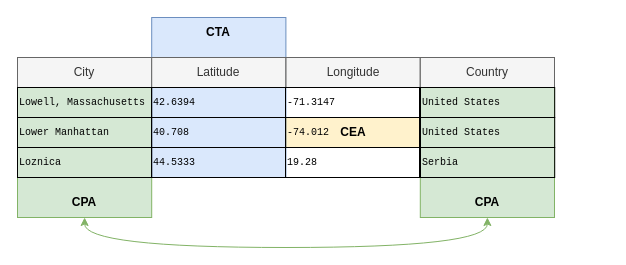
Earlier version of the draw.io diagram page "Page-1" (1 of 6) of report/Report.drawio (zdetor54/nov-city-ms-project). Source tidied: cells renumbered, new cells numbered last; positions are measured from the earlier drawing's top-left corner, leaving out a move shared by most shapes. Both pictures are drawn from the tidied source at 100%, with x=0, y=0 at pixel (17, 17).
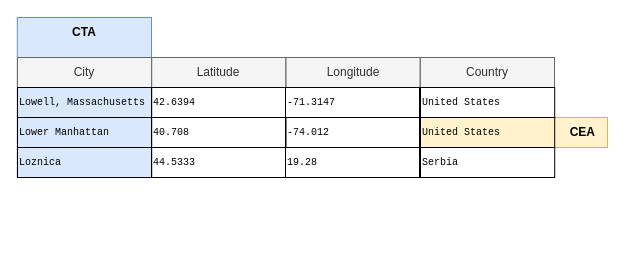
The same diagram, later.

The edit, as a diff of the source:
```diff
@@
-    <mxCell id="3" value="&lt;b&gt;CEA&lt;/b&gt;" style="rounded=0;whiteSpace=wrap;html=1;fillColor=#fff2cc;strokeColor=#d6b656;" parent="1" vertex="1">
-      <mxGeometry x="268.5" y="100" width="134.2" height="30" as="geometry" />
+    <mxCell id="3" value="&lt;b&gt;CEA&amp;nbsp; &amp;nbsp;&lt;/b&gt;" style="rounded=0;whiteSpace=wrap;html=1;fillColor=#fff2cc;strokeColor=#d6b656;align=right;" parent="1" vertex="1">
+      <mxGeometry x="403" y="100" width="187" height="30" as="geometry" />
     </mxCell>
-    <mxCell id="4" style="rounded=0;whiteSpace=wrap;html=1;fillColor=#d5e8d4;strokeColor=#82b366;" parent="1" vertex="1">
-      <mxGeometry y="40" width="134.2" height="160" as="geometry" />
-    </mxCell>
-    <mxCell id="5" style="rounded=0;whiteSpace=wrap;html=1;fillColor=#d5e8d4;strokeColor=#82b366;" parent="1" vertex="1">
-      <mxGeometry x="402.8" y="40" width="134.2" height="160" as="geometry" />
-    </mxCell>
     <mxCell id="6" style="rounded=0;whiteSpace=wrap;html=1;fillColor=#dae8fc;strokeColor=#6c8ebf;" parent="1" vertex="1">
-      <mxGeometry x="134.2" width="134.2" height="160" as="geometry" />
+      <mxGeometry x="-0.2" width="134.2" height="160" as="geometry" />
     </mxCell>
@@
     <mxCell id="14" value="&lt;b&gt;CTA&lt;/b&gt;" style="rounded=0;whiteSpace=wrap;html=1;fillColor=none;strokeColor=none;" parent="1" vertex="1">
-      <mxGeometry x="134.2" width="134.2" height="30" as="geometry" />
+      <mxGeometry x="0.2" width="134.2" height="30" as="geometry" />
     </mxCell>
-    <mxCell id="15" value="&lt;b&gt;CPA&lt;/b&gt;" style="rounded=0;whiteSpace=wrap;html=1;fillColor=none;strokeColor=none;" parent="1" vertex="1">
-      <mxGeometry y="170" width="134.2" height="30" as="geometry" />
-    </mxCell>
-    <mxCell id="16" value="&lt;b&gt;CPA&lt;/b&gt;" style="rounded=0;whiteSpace=wrap;html=1;fillColor=none;strokeColor=none;" parent="1" vertex="1">
-      <mxGeometry x="402.8" y="170" width="134.2" height="30" as="geometry" />
-    </mxCell>
-    <mxCell id="17" style="endArrow=classic;startArrow=classic;html=1;entryX=0.5;entryY=1;entryDx=0;entryDy=0;exitX=0.5;exitY=1;exitDx=0;exitDy=0;edgeStyle=orthogonalEdgeStyle;curved=1;fillColor=#d5e8d4;strokeColor=#82b366;" parent="1" edge="1" source="15" target="16">
-      <mxGeometry relative="1" as="geometry">
-        <Array as="points">
-          <mxPoint x="67.1" y="230" />
-          <mxPoint x="469.9" y="230" />
-        </Array>
-      </mxGeometry>
-    </mxCell>
```
